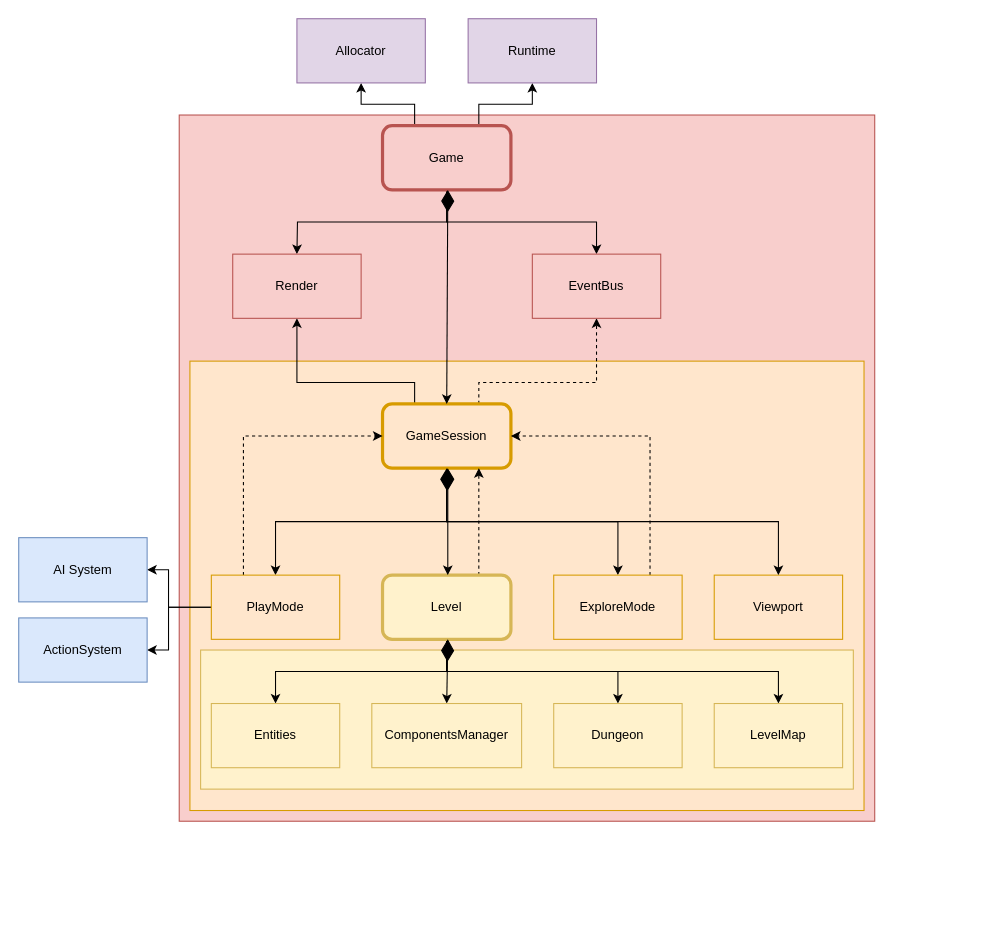
Before: page "Main components" (1 of 4) of docs/schemas.drawio in vladimir-popov/forgotten_catacombs, a draw.io diagram. Source tidied: cells renumbered, new cells numbered last; positions are measured from the earlier drawing's top-left corner, leaving out a move shared by most shapes. Both pictures are drawn from the tidied source at 107%, with x=0, y=0 at pixel (18, 18).
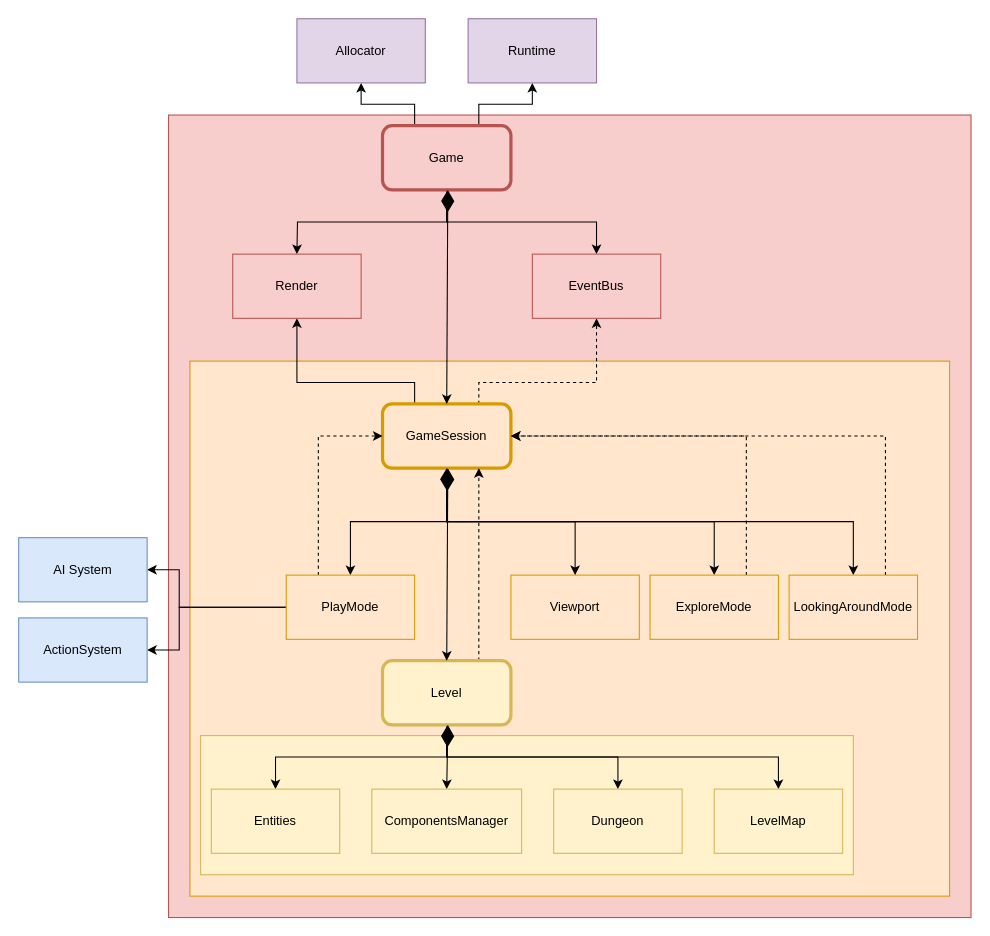
Above is the later version.

The change refers to these unchanged cells:
```xml
<mxCell id="14" value="GameSession" style="rounded=1;whiteSpace=wrap;html=1;fillColor=#ffe6cc;strokeColor=#d79b00;strokeWidth=3;" parent="1" vertex="1">
  <mxGeometry x="340" y="360" width="120" height="60" as="geometry" />
</mxCell>
<mxCell id="34" value="AI System" style="rounded=0;whiteSpace=wrap;html=1;fillColor=#dae8fc;strokeColor=#6c8ebf;" parent="1" vertex="1">
  <mxGeometry y="485" width="120" height="60" as="geometry" />
</mxCell>
<mxCell id="35" value="ActionSystem" style="rounded=0;whiteSpace=wrap;html=1;fillColor=#dae8fc;strokeColor=#6c8ebf;" parent="1" vertex="1">
  <mxGeometry y="560" width="120" height="60" as="geometry" />
</mxCell>
```

Diff of the diagram source:
```diff
@@
     <mxCell id="2" style="rounded=0;whiteSpace=wrap;html=1;fillColor=#f8cecc;strokeColor=#b85450;" parent="1" vertex="1">
-      <mxGeometry x="150" y="90" width="650" height="660" as="geometry" />
+      <mxGeometry x="140" y="90" width="750" height="750" as="geometry" />
     </mxCell>
     <mxCell id="3" style="rounded=0;whiteSpace=wrap;html=1;fillColor=#ffe6cc;strokeColor=#d79b00;" parent="1" vertex="1">
-      <mxGeometry x="160" y="320" width="630" height="420" as="geometry" />
+      <mxGeometry x="160" y="320" width="710" height="500" as="geometry" />
     </mxCell>
     <mxCell id="4" style="rounded=0;whiteSpace=wrap;html=1;fillColor=#fff2cc;strokeColor=#d6b656;" parent="1" vertex="1">
-      <mxGeometry x="170" y="590" width="610" height="130" as="geometry" />
+      <mxGeometry x="170" y="670" width="610" height="130" as="geometry" />
     </mxCell>
@@
+    <mxCell id="41" style="edgeStyle=orthogonalEdgeStyle;rounded=0;jettySize=auto;html=1;exitX=0.5;exitY=1;exitDx=0;exitDy=0;entryX=0.5;entryY=0;entryDx=0;entryDy=0;" parent="1" edge="1" source="14" target="43">
+      <mxGeometry relative="1" as="geometry" />
+    </mxCell>
@@
     <mxCell id="19" value="Level" style="rounded=1;whiteSpace=wrap;html=1;fillColor=#fff2cc;strokeColor=#d6b656;strokeWidth=3;align=center;verticalAlign=middle;fontFamily=Helvetica;fontSize=12;" parent="1" vertex="1">
-      <mxGeometry x="340" y="520" width="120" height="60" as="geometry" />
+      <mxGeometry x="340" y="600" width="120" height="60" as="geometry" />
     </mxCell>
     <mxCell id="20" value="Dungeon" style="rounded=0;whiteSpace=wrap;html=1;fillColor=#fff2cc;strokeColor=#d6b656;" parent="1" vertex="1">
-      <mxGeometry x="500" y="640" width="120" height="60" as="geometry" />
+      <mxGeometry x="500" y="720" width="120" height="60" as="geometry" />
     </mxCell>
@@
-    <mxCell id="23" style="endArrow=diamondThin;endFill=1;endSize=18;html=1;rounded=0;entryX=0.5;entryY=1;entryDx=0;entryDy=0;startArrow=classic;startFill=1;strokeWidth=1;" parent="1" edge="1">
+    <mxCell id="23" style="endArrow=diamondThin;endFill=1;endSize=18;html=1;rounded=0;entryX=0.5;entryY=1;entryDx=0;entryDy=0;startArrow=classic;startFill=1;strokeWidth=1;exitX=0.5;exitY=0;exitDx=0;exitDy=0;" parent="1" edge="1" source="19">
       <mxGeometry relative="1" as="geometry">
-        <mxPoint x="401" y="520" as="sourcePoint" />
         <mxPoint x="401" y="420" as="targetPoint" />
       </mxGeometry>
     </mxCell>
     <mxCell id="24" style="endArrow=diamondThin;endFill=1;endSize=18;html=1;rounded=0;startArrow=classic;startFill=1;exitX=0.5;exitY=0;exitDx=0;exitDy=0;strokeWidth=1;" parent="1" edge="1" source="31">
       <mxGeometry relative="1" as="geometry">
-        <mxPoint x="401" y="580" as="targetPoint" />
+        <mxPoint x="401" y="660" as="targetPoint" />
       </mxGeometry>
     </mxCell>
@@
     <mxCell id="26" style="edgeStyle=orthogonalEdgeStyle;rounded=0;jettySize=auto;html=1;exitX=0;exitY=0.5;exitDx=0;exitDy=0;entryX=1;entryY=0.5;entryDx=0;entryDy=0;" parent="1" edge="1" source="28" target="34">
       <mxGeometry relative="1" as="geometry">
         <Array as="points">
-          <mxPoint x="140" y="550" />
-          <mxPoint x="140" y="515" />
+          <mxPoint x="150" y="550" />
+          <mxPoint x="150" y="515" />
         </Array>
       </mxGeometry>
     </mxCell>
     <mxCell id="27" style="edgeStyle=orthogonalEdgeStyle;rounded=0;jettySize=auto;html=1;exitX=0;exitY=0.5;exitDx=0;exitDy=0;entryX=1;entryY=0.5;entryDx=0;entryDy=0;" parent="1" edge="1" source="28" target="35">
       <mxGeometry relative="1" as="geometry">
         <Array as="points">
-          <mxPoint x="140" y="550" />
-          <mxPoint x="140" y="590" />
+          <mxPoint x="150" y="550" />
+          <mxPoint x="150" y="590" />
         </Array>
       </mxGeometry>
     </mxCell>
     <mxCell id="28" value="PlayMode" style="rounded=0;whiteSpace=wrap;html=1;fillColor=#ffe6cc;strokeColor=#d79b00;" parent="1" vertex="1">
-      <mxGeometry x="180" y="520" width="120" height="60" as="geometry" />
+      <mxGeometry x="250" y="520" width="120" height="60" as="geometry" />
     </mxCell>
@@
     <mxCell id="30" value="ExploreMode" style="rounded=0;whiteSpace=wrap;html=1;fillColor=#ffe6cc;strokeColor=#d79b00;" parent="1" vertex="1">
-      <mxGeometry x="500" y="520" width="120" height="60" as="geometry" />
+      <mxGeometry x="590" y="520" width="120" height="60" as="geometry" />
     </mxCell>
     <mxCell id="31" value="ComponentsManager" style="rounded=0;whiteSpace=wrap;html=1;fillColor=#fff2cc;strokeColor=#d6b656;" parent="1" vertex="1">
-      <mxGeometry x="330" y="640" width="140" height="60" as="geometry" />
+      <mxGeometry x="330" y="720" width="140" height="60" as="geometry" />
     </mxCell>
     <mxCell id="32" value="Entities" style="rounded=0;whiteSpace=wrap;html=1;fillColor=#fff2cc;strokeColor=#d6b656;" parent="1" vertex="1">
-      <mxGeometry x="180" y="640" width="120" height="60" as="geometry" />
+      <mxGeometry x="180" y="720" width="120" height="60" as="geometry" />
     </mxCell>
     <mxCell id="33" value="LevelMap" style="rounded=0;whiteSpace=wrap;html=1;fillColor=#fff2cc;strokeColor=#d6b656;" parent="1" vertex="1">
-      <mxGeometry x="650" y="640" width="120" height="60" as="geometry" />
+      <mxGeometry x="650" y="720" width="120" height="60" as="geometry" />
     </mxCell>
@@
     <mxCell id="39" value="Viewport" style="rounded=0;whiteSpace=wrap;html=1;fillColor=#ffe6cc;strokeColor=#d79b00;" parent="1" vertex="1">
-      <mxGeometry x="650" y="520" width="120" height="60" as="geometry" />
+      <mxGeometry x="460" y="520" width="120" height="60" as="geometry" />
     </mxCell>
@@
+    <mxCell id="42" style="edgeStyle=orthogonalEdgeStyle;rounded=0;jettySize=auto;html=1;exitX=0.75;exitY=0;exitDx=0;exitDy=0;entryX=1;entryY=0.5;entryDx=0;entryDy=0;dashed=1;" parent="1" edge="1" source="43" target="14">
+      <mxGeometry relative="1" as="geometry" />
+    </mxCell>
+    <mxCell id="43" value="LookingAroundMode" style="rounded=0;whiteSpace=wrap;html=1;fillColor=#ffe6cc;strokeColor=#d79b00;" parent="1" vertex="1">
+      <mxGeometry x="720" y="520" width="120" height="60" as="geometry" />
+    </mxCell>
```
